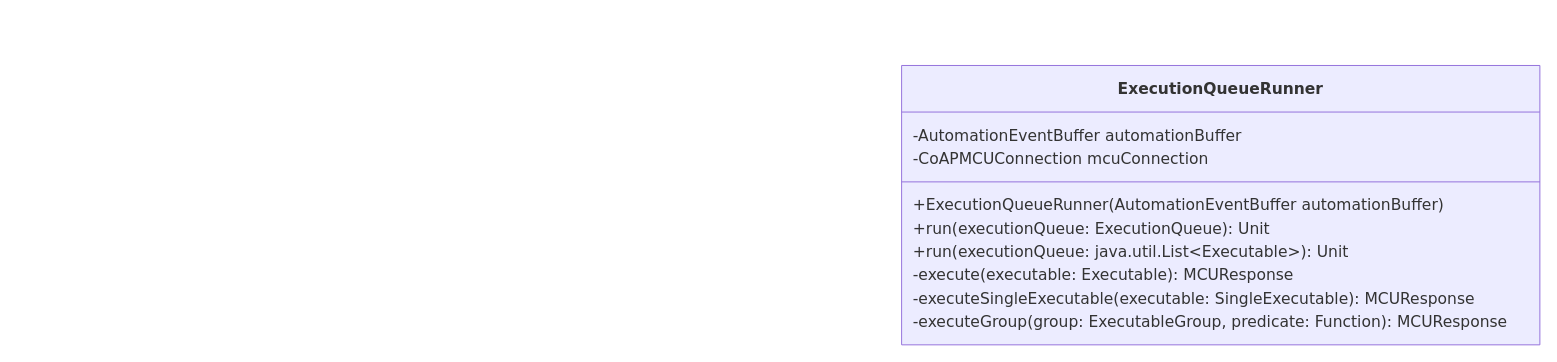
This is Graphics/ExecutionQueueRunner-UML.drawio from madebyams/bachelorthesis, a draw.io file, before an edit. Source tidied: cells renumbered, new cells numbered last; positions are measured from the earlier drawing's top-left corner, leaving out a move shared by most shapes. Both pictures are drawn from the tidied source at 97%, with x=0, y=0 at pixel (16, 16).
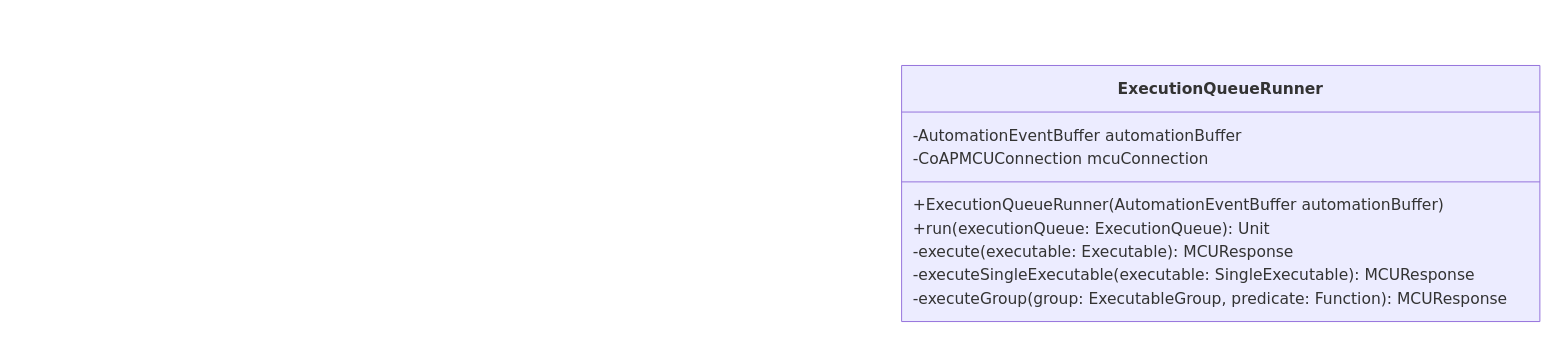
The same diagram, later.

Diff of the diagram source:
```diff
@@
 <mxGraphModel>
   <root>
     <mxCell id="0" />
     <mxCell id="1" parent="0" />
     <mxCell id="2" style="group;transparentBounds=1;editIcon=1;lockedGroup=0;groupPadding=10;" parent="1" vertex="1">
       <mxGeometry as="geometry" />
     </mxCell>
     <mxCell id="3" value="&lt;b&gt;ExecutionQueueRunner&lt;/b&gt;" style="swimlane;html=1;fontStyle=1;fontSize=16;align=center;verticalAlign=middle;horizontal=1;startSize=48;swimlaneFillColor=light-dark(#ECECFF,#1f2020);whiteSpace=wrap;fillColor=light-dark(#ECECFF,#1f2020);strokeColor=light-dark(#9370DB,#cccccc);fontColor=light-dark(#333333,#cccccc);fontFamily=Trebuchet MS,Verdana,Arial,sans-serif;" parent="2" vertex="1">
-      <mxGeometry x="912" y="50" width="658" height="288" as="geometry" />
+      <mxGeometry x="912" y="50" width="658" height="264" as="geometry" />
     </mxCell>
     <mxCell id="4" value="-AutomationEventBuffer automationBuffer" style="text;fontSize=16;strokeColor=none;fillColor=none;align=left;verticalAlign=middle;spacingLeft=10;spacingRight=12;spacingBottom=2;overflow=hidden;fontFamily=Trebuchet MS,Verdana,Arial,sans-serif;fontColor=light-dark(#333333,#cccccc);" parent="3" vertex="1">
       <mxGeometry y="60" width="658" height="24" as="geometry" />
     </mxCell>
     <mxCell id="5" value="-CoAPMCUConnection mcuConnection" style="text;fontSize=16;strokeColor=none;fillColor=none;align=left;verticalAlign=middle;spacingLeft=10;spacingRight=12;spacingBottom=2;overflow=hidden;fontFamily=Trebuchet MS,Verdana,Arial,sans-serif;fontColor=light-dark(#333333,#cccccc);" parent="3" vertex="1">
       <mxGeometry y="84" width="658" height="24" as="geometry" />
     </mxCell>
     <mxCell id="6" style="line;strokeWidth=1;fillColor=none;spacingLeft=3;spacingRight=3;strokeColor=inherit;" parent="3" vertex="1">
       <mxGeometry y="108" width="658" height="24" as="geometry" />
     </mxCell>
     <mxCell id="7" value="+ExecutionQueueRunner(AutomationEventBuffer automationBuffer)" style="text;fontSize=16;strokeColor=none;fillColor=none;align=left;verticalAlign=middle;spacingLeft=10;spacingRight=12;spacingBottom=2;overflow=hidden;fontFamily=Trebuchet MS,Verdana,Arial,sans-serif;fontColor=light-dark(#333333,#cccccc);" parent="3" vertex="1">
       <mxGeometry y="132" width="658" height="24" as="geometry" />
     </mxCell>
     <mxCell id="8" value="+run(executionQueue: ExecutionQueue): Unit" style="text;fontSize=16;strokeColor=none;fillColor=none;align=left;verticalAlign=middle;spacingLeft=10;spacingRight=12;spacingBottom=2;overflow=hidden;fontFamily=Trebuchet MS,Verdana,Arial,sans-serif;fontColor=light-dark(#333333,#cccccc);" parent="3" vertex="1">
       <mxGeometry y="156" width="658" height="24" as="geometry" />
     </mxCell>
-    <mxCell id="9" value="+run(executionQueue: java.util.List&lt;Executable&gt;): Unit" style="text;fontSize=16;strokeColor=none;fillColor=none;align=left;verticalAlign=middle;spacingLeft=10;spacingRight=12;spacingBottom=2;overflow=hidden;fontFamily=Trebuchet MS,Verdana,Arial,sans-serif;fontColor=light-dark(#333333,#cccccc);" parent="3" vertex="1">
-      <mxGeometry y="180" width="658" height="24" as="geometry" />
-    </mxCell>
     <mxCell id="10" value="-execute(executable: Executable): MCUResponse" style="text;fontSize=16;strokeColor=none;fillColor=none;align=left;verticalAlign=middle;spacingLeft=10;spacingRight=12;spacingBottom=2;overflow=hidden;fontFamily=Trebuchet MS,Verdana,Arial,sans-serif;fontColor=light-dark(#333333,#cccccc);" parent="3" vertex="1">
-      <mxGeometry y="204" width="658" height="24" as="geometry" />
+      <mxGeometry y="180" width="658" height="24" as="geometry" />
     </mxCell>
     <mxCell id="11" value="-executeSingleExecutable(executable: SingleExecutable): MCUResponse" style="text;fontSize=16;strokeColor=none;fillColor=none;align=left;verticalAlign=middle;spacingLeft=10;spacingRight=12;spacingBottom=2;overflow=hidden;fontFamily=Trebuchet MS,Verdana,Arial,sans-serif;fontColor=light-dark(#333333,#cccccc);" parent="3" vertex="1">
-      <mxGeometry y="228" width="658" height="24" as="geometry" />
+      <mxGeometry y="204" width="658" height="24" as="geometry" />
     </mxCell>
     <mxCell id="12" value="-executeGroup(group: ExecutableGroup, predicate: Function): MCUResponse" style="text;fontSize=16;strokeColor=none;fillColor=none;align=left;verticalAlign=middle;spacingLeft=10;spacingRight=12;spacingBottom=2;overflow=hidden;fontFamily=Trebuchet MS,Verdana,Arial,sans-serif;fontColor=light-dark(#333333,#cccccc);" parent="3" vertex="1">
-      <mxGeometry y="252" width="658" height="24" as="geometry" />
+      <mxGeometry y="228" width="658" height="24" as="geometry" />
     </mxCell>
   </root>
 </mxGraphModel>
```
